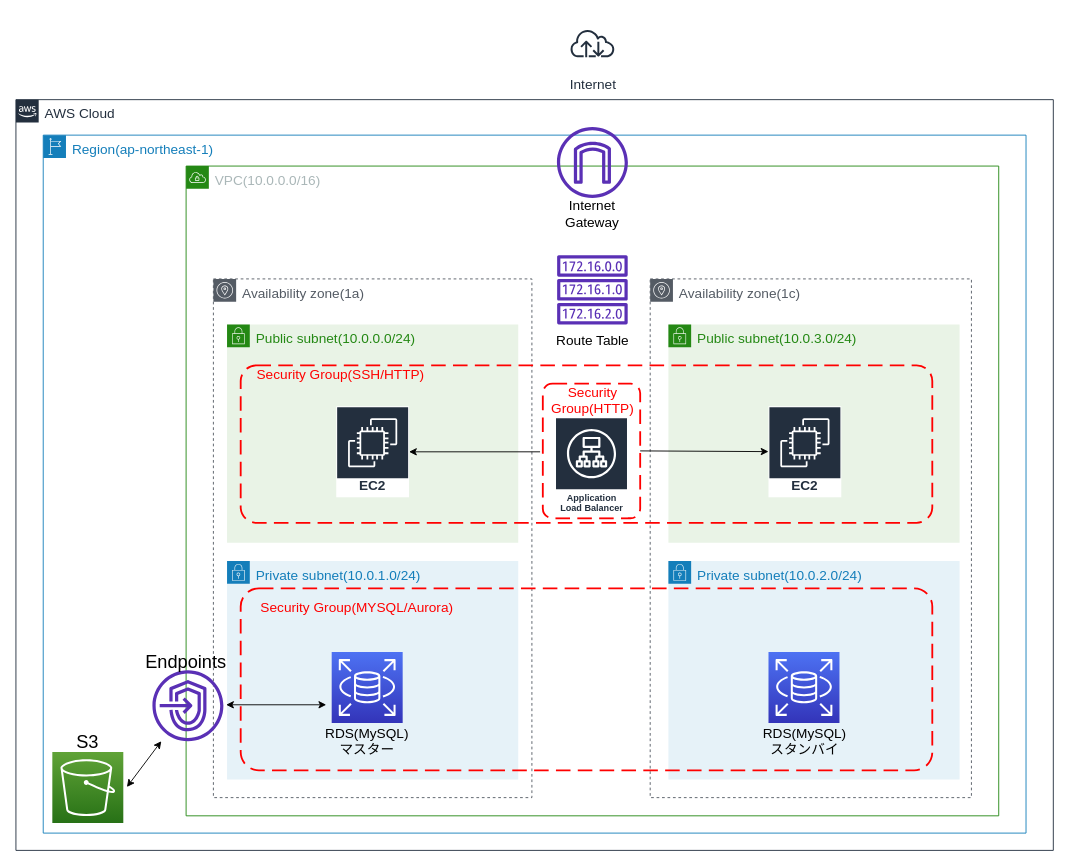
Above: page "Application_Layer" (4 of 4) of ELB&S3.drawio in takao0513yamada/toy_app (draw.io), before the change. Source tidied: cells renumbered, new cells numbered last; positions are measured from the earlier drawing's top-left corner, leaving out a move shared by most shapes. Both pictures are drawn from the tidied source at 91%, with x=0, y=0 at pixel (15, 15).
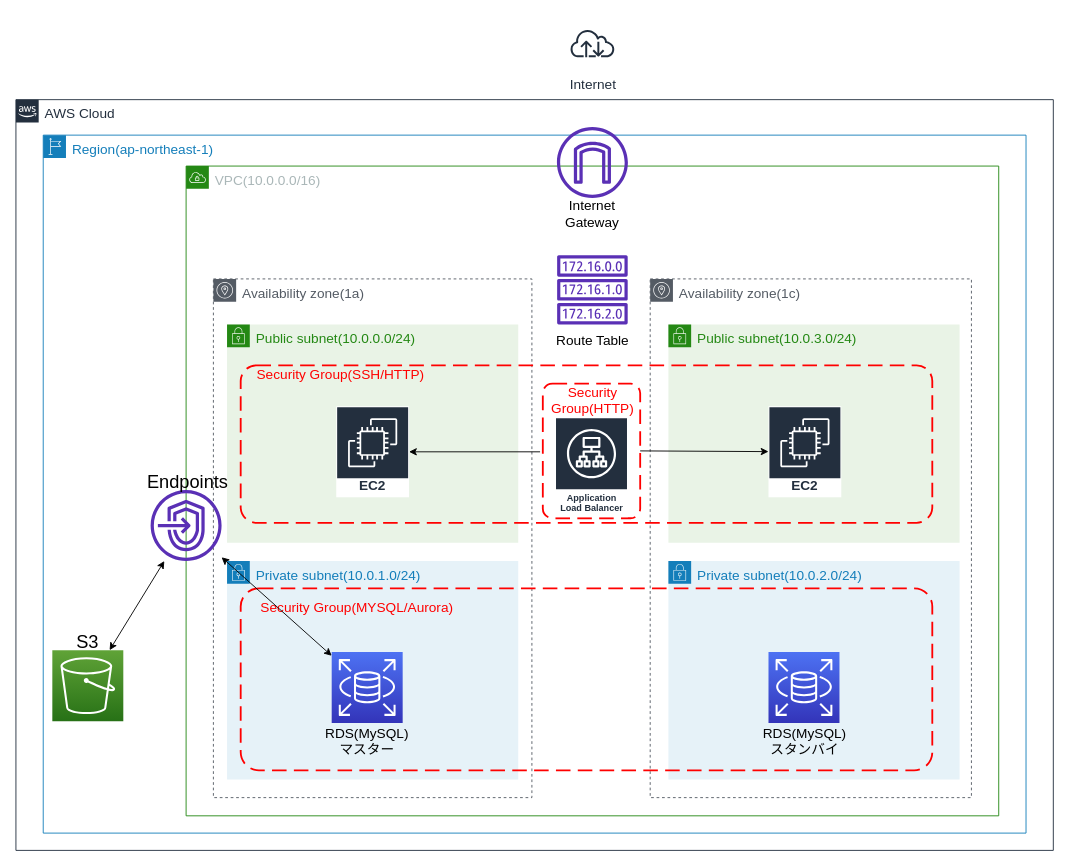
The same page after the edit.

Unchanged cells that the change refers to:
```xml
<mxCell id="27" style="outlineConnect=0;fontColor=#232F3E;gradientColor=#4D72F3;gradientDirection=north;fillColor=#3334B9;strokeColor=#ffffff;dashed=0;verticalLabelPosition=bottom;verticalAlign=top;align=center;html=1;fontSize=12;fontStyle=0;shape=mxgraph.aws4.resourceIcon;resIcon=mxgraph.aws4.rds;" parent="1" vertex="1">
  <mxGeometry x="347" y="699" width="78" height="78" as="geometry" />
</mxCell>
```

Diff of the diagram source:
```diff
@@
     <mxCell id="31" style="outlineConnect=0;fontColor=#232F3E;gradientColor=#60A337;gradientDirection=north;fillColor=#277116;strokeColor=#ffffff;dashed=0;verticalLabelPosition=bottom;verticalAlign=top;align=center;html=1;fontSize=12;fontStyle=0;shape=mxgraph.aws4.resourceIcon;resIcon=mxgraph.aws4.s3;" parent="1" vertex="1">
-      <mxGeometry x="40" y="809" width="78" height="78" as="geometry" />
+      <mxGeometry x="40" y="697" width="78" height="78" as="geometry" />
     </mxCell>
     <mxCell id="32" value="&lt;font style=&quot;font-size: 20px&quot;&gt;S3&lt;/font&gt;" style="text;html=1;strokeColor=none;fillColor=none;align=center;verticalAlign=middle;whiteSpace=wrap;rounded=0;" parent="1" vertex="1">
-      <mxGeometry x="59" y="787" width="40" height="20" as="geometry" />
+      <mxGeometry x="59" y="677" width="40" height="20" as="geometry" />
     </mxCell>
     <mxCell id="33" style="outlineConnect=0;fontColor=#232F3E;gradientColor=none;fillColor=#5A30B5;strokeColor=none;dashed=0;verticalLabelPosition=bottom;verticalAlign=top;align=center;html=1;fontSize=12;fontStyle=0;shape=mxgraph.aws4.endpoints;" parent="1" vertex="1">
-      <mxGeometry x="150" y="719" width="78" height="78" as="geometry" />
+      <mxGeometry x="148" y="521" width="78" height="78" as="geometry" />
     </mxCell>
     <mxCell id="34" value="&lt;font style=&quot;font-size: 20px&quot;&gt;Endpoints&lt;/font&gt;" style="text;html=1;strokeColor=none;fillColor=none;align=center;verticalAlign=middle;whiteSpace=wrap;rounded=0;" parent="1" vertex="1">
-      <mxGeometry x="142" y="699" width="90" height="20" as="geometry" />
+      <mxGeometry x="144" y="501" width="90" height="20" as="geometry" />
     </mxCell>
-    <mxCell id="35" style="endArrow=classic;startArrow=classic;html=1;" parent="1" edge="1">
-      <mxGeometry relative="1" as="geometry">
-        <mxPoint x="231" y="757" as="sourcePoint" />
-        <mxPoint x="341" y="757" as="targetPoint" />
-      </mxGeometry>
+    <mxCell id="35" style="endArrow=classic;startArrow=classic;html=1;" parent="1" edge="1" source="33" target="27">
+      <mxGeometry relative="1" as="geometry" />
     </mxCell>
-    <mxCell id="36" style="endArrow=classic;startArrow=classic;html=1;" parent="1" edge="1" target="33">
-      <mxGeometry relative="1" as="geometry">
-        <mxPoint x="122" y="847.3" as="sourcePoint" />
-      </mxGeometry>
+    <mxCell id="36" style="endArrow=classic;startArrow=classic;html=1;" parent="1" edge="1" source="31" target="33">
+      <mxGeometry relative="1" as="geometry" />
     </mxCell>
+    <mxCell id="37" style="edgeStyle=orthogonalEdgeStyle;rounded=0;orthogonalLoop=1;jettySize=auto;html=1;exitX=0.5;exitY=1;exitDx=0;exitDy=0;" parent="1" edge="1" source="32" target="32">
+      <mxGeometry relative="1" as="geometry" />
+    </mxCell>
```
